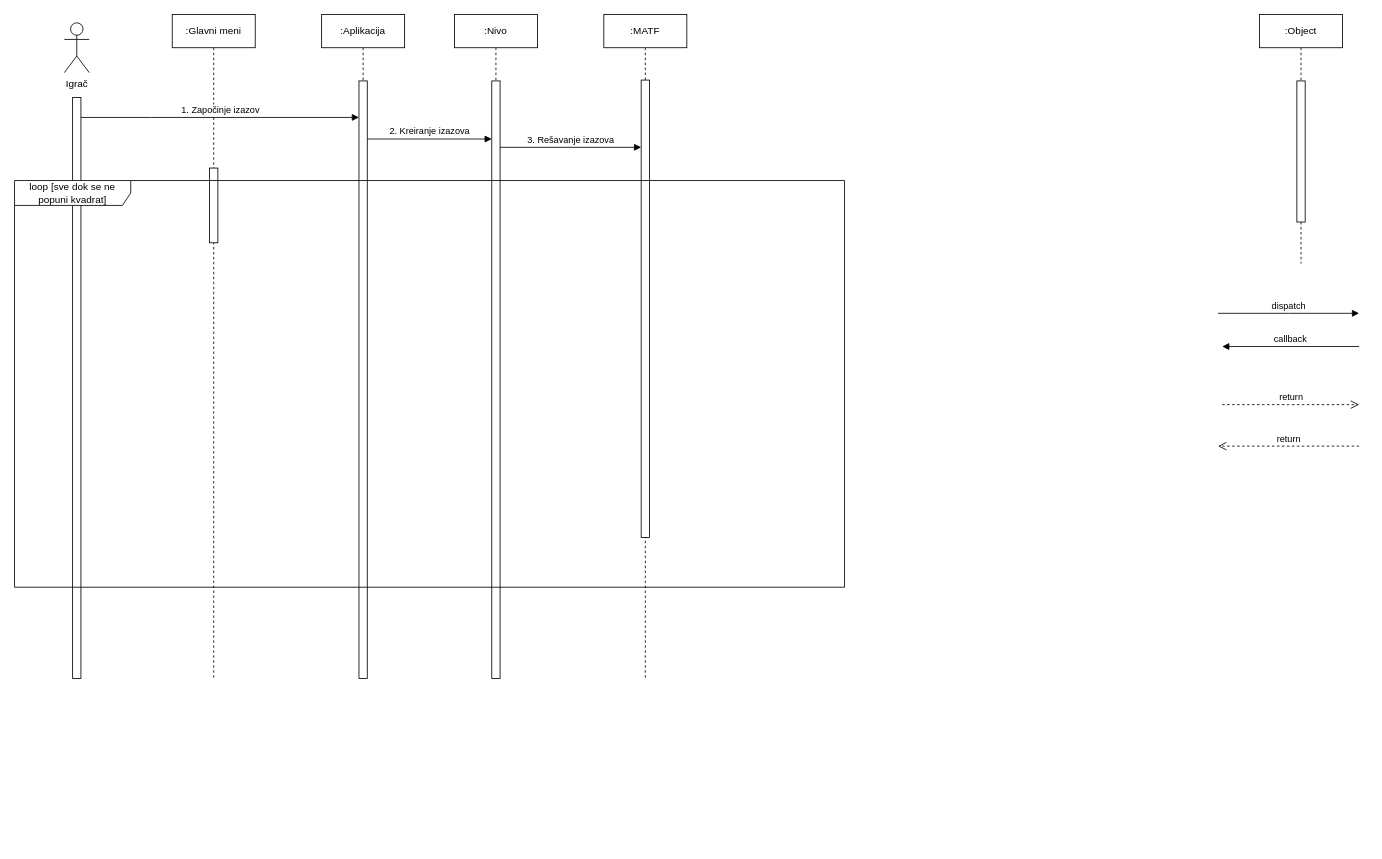
Before: PROBLEMI/Untitled Diagram.drawio in natasablagojevic/rs, a draw.io diagram. Source tidied: cells renumbered, new cells numbered last; positions are measured from the earlier drawing's top-left corner, leaving out a move shared by most shapes. Both pictures are drawn from the tidied source at 83%, with x=0, y=0 at pixel (14, 14).
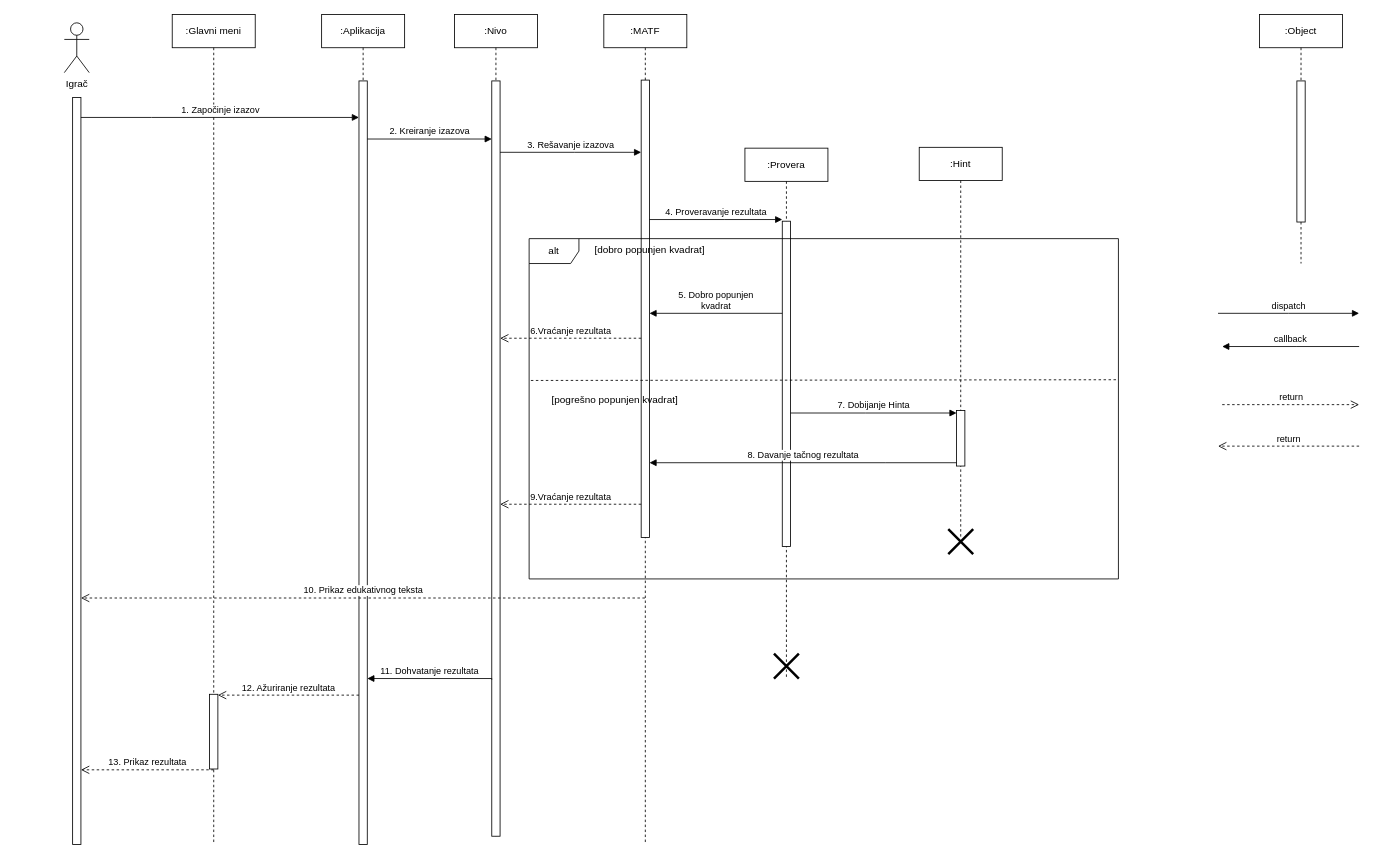
The same diagram, later.

The change refers to these unchanged cells:
```xml
<mxCell id="17" style="html=1;points=[];perimeter=orthogonalPerimeter;outlineConnect=0;targetShapes=umlLifeline;portConstraint=eastwest;newEdgeStyle={&quot;edgeStyle&quot;:&quot;elbowEdgeStyle&quot;,&quot;elbow&quot;:&quot;vertical&quot;,&quot;curved&quot;:0,&quot;rounded&quot;:0};" parent="16" vertex="1">
  <mxGeometry x="45" y="79" width="10" height="551" as="geometry" />
</mxCell>
```

What changed in the source:
```diff
@@
     <mxCell id="9" style="rounded=0;whiteSpace=wrap;html=1;direction=south;" parent="1" vertex="1">
-      <mxGeometry x="70" y="100" width="10" height="700" as="geometry" />
+      <mxGeometry x="70" y="100" width="10" height="900" as="geometry" />
     </mxCell>
     <mxCell id="10" value="&lt;div&gt;:Glavni meni&lt;/div&gt;" style="shape=umlLifeline;perimeter=lifelinePerimeter;whiteSpace=wrap;html=1;newEdgeStyle={&quot;edgeStyle&quot;:&quot;elbowEdgeStyle&quot;,&quot;elbow&quot;:&quot;vertical&quot;,&quot;curved&quot;:0,&quot;rounded&quot;:0};" parent="1" vertex="1">
-      <mxGeometry x="190" width="100" height="800" as="geometry" />
+      <mxGeometry x="190" width="100" height="1000" as="geometry" />
     </mxCell>
     <mxCell id="11" style="html=1;perimeter=orthogonalPerimeter;targetShapes=umlLifeline;newEdgeStyle={&quot;edgeStyle&quot;:&quot;elbowEdgeStyle&quot;,&quot;elbow&quot;:&quot;vertical&quot;,&quot;curved&quot;:0,&quot;rounded&quot;:0};" parent="10" vertex="1">
-      <mxGeometry x="45" y="185" width="10" height="90" as="geometry" />
+      <mxGeometry x="45" y="819" width="10" height="90" as="geometry" />
     </mxCell>
     <mxCell id="12" value=":Aplikacija" style="shape=umlLifeline;perimeter=lifelinePerimeter;whiteSpace=wrap;html=1;newEdgeStyle={&quot;edgeStyle&quot;:&quot;elbowEdgeStyle&quot;,&quot;elbow&quot;:&quot;vertical&quot;,&quot;curved&quot;:0,&quot;rounded&quot;:0};" parent="1" vertex="1">
-      <mxGeometry x="370" width="100" height="800" as="geometry" />
+      <mxGeometry x="370" width="100" height="1000" as="geometry" />
     </mxCell>
     <mxCell id="13" style="html=1;points=[];perimeter=orthogonalPerimeter;outlineConnect=0;targetShapes=umlLifeline;portConstraint=eastwest;newEdgeStyle={&quot;edgeStyle&quot;:&quot;elbowEdgeStyle&quot;,&quot;elbow&quot;:&quot;vertical&quot;,&quot;curved&quot;:0,&quot;rounded&quot;:0};" parent="12" vertex="1">
-      <mxGeometry x="45" y="80" width="10" height="720" as="geometry" />
+      <mxGeometry x="45" y="80" width="10" height="920" as="geometry" />
     </mxCell>
     <mxCell id="14" value=":Nivo" style="shape=umlLifeline;perimeter=lifelinePerimeter;whiteSpace=wrap;html=1;newEdgeStyle={&quot;edgeStyle&quot;:&quot;elbowEdgeStyle&quot;,&quot;elbow&quot;:&quot;vertical&quot;,&quot;curved&quot;:0,&quot;rounded&quot;:0};" parent="1" vertex="1">
-      <mxGeometry x="530" width="100" height="800" as="geometry" />
+      <mxGeometry x="530" width="100" height="990" as="geometry" />
     </mxCell>
     <mxCell id="15" style="html=1;points=[];perimeter=orthogonalPerimeter;outlineConnect=0;targetShapes=umlLifeline;portConstraint=eastwest;newEdgeStyle={&quot;edgeStyle&quot;:&quot;elbowEdgeStyle&quot;,&quot;elbow&quot;:&quot;vertical&quot;,&quot;curved&quot;:0,&quot;rounded&quot;:0};" parent="14" vertex="1">
-      <mxGeometry x="45" y="80" width="10" height="720" as="geometry" />
+      <mxGeometry x="45" y="80" width="10" height="910" as="geometry" />
     </mxCell>
     <mxCell id="16" value="&lt;div&gt;:MATF&lt;/div&gt;" style="shape=umlLifeline;perimeter=lifelinePerimeter;whiteSpace=wrap;html=1;newEdgeStyle={&quot;edgeStyle&quot;:&quot;elbowEdgeStyle&quot;,&quot;elbow&quot;:&quot;vertical&quot;,&quot;curved&quot;:0,&quot;rounded&quot;:0};" parent="1" vertex="1">
-      <mxGeometry x="710" width="100" height="800" as="geometry" />
+      <mxGeometry x="710" width="100" height="1000" as="geometry" />
     </mxCell>
@@
-    <mxCell id="20" value="3. Rešavanje izazova" style="html=1;verticalAlign=bottom;endArrow=block;edgeStyle=elbowEdgeStyle;elbow=vertical;curved=0;rounded=0;" parent="1" edge="1" source="15" target="17">
+    <mxCell id="20" value="3. Rešavanje izazova" style="html=1;verticalAlign=bottom;endArrow=block;edgeStyle=elbowEdgeStyle;elbow=vertical;curved=0;rounded=0;" parent="1" edge="1">
       <mxGeometry relative="1" as="geometry">
+        <mxPoint x="585" y="166" as="sourcePoint" />
+        <mxPoint x="755" y="166" as="targetPoint" />
         <Array as="points">
-          <mxPoint x="675" y="160" />
+          <mxPoint x="675" y="166" />
         </Array>
       </mxGeometry>
     </mxCell>
-    <mxCell id="21" value="&lt;div&gt;loop [sve dok se ne&lt;/div&gt;&lt;div&gt;popuni kvadrat]&lt;/div&gt;" style="shape=umlFrame;whiteSpace=wrap;html=1;width=140;height=30;" parent="1" vertex="1">
-      <mxGeometry y="200" width="1000" height="490" as="geometry" />
-    </mxCell>
+    <mxCell id="22" value=":Provera" style="shape=umlLifeline;perimeter=lifelinePerimeter;whiteSpace=wrap;html=1;newEdgeStyle={&quot;edgeStyle&quot;:&quot;elbowEdgeStyle&quot;,&quot;elbow&quot;:&quot;vertical&quot;,&quot;curved&quot;:0,&quot;rounded&quot;:0};" parent="1" vertex="1">
+      <mxGeometry x="880" y="161" width="100" height="639" as="geometry" />
+    </mxCell>
+    <mxCell id="23" style="html=1;points=[];perimeter=orthogonalPerimeter;outlineConnect=0;targetShapes=umlLifeline;portConstraint=eastwest;newEdgeStyle={&quot;edgeStyle&quot;:&quot;elbowEdgeStyle&quot;,&quot;elbow&quot;:&quot;vertical&quot;,&quot;curved&quot;:0,&quot;rounded&quot;:0};" parent="22" vertex="1">
+      <mxGeometry x="45" y="88" width="10" height="392" as="geometry" />
+    </mxCell>
+    <mxCell id="24" style="shape=umlDestroy;whiteSpace=wrap;html=1;strokeWidth=3;targetShapes=umlLifeline;" parent="22" vertex="1">
+      <mxGeometry x="35" y="609" width="30" height="30" as="geometry" />
+    </mxCell>
+    <mxCell id="25" value=":Hint" style="shape=umlLifeline;perimeter=lifelinePerimeter;whiteSpace=wrap;html=1;newEdgeStyle={&quot;edgeStyle&quot;:&quot;elbowEdgeStyle&quot;,&quot;elbow&quot;:&quot;vertical&quot;,&quot;curved&quot;:0,&quot;rounded&quot;:0};" parent="1" vertex="1">
+      <mxGeometry x="1090" y="160" width="100" height="470" as="geometry" />
+    </mxCell>
+    <mxCell id="26" style="html=1;points=[];perimeter=orthogonalPerimeter;outlineConnect=0;targetShapes=umlLifeline;portConstraint=eastwest;newEdgeStyle={&quot;edgeStyle&quot;:&quot;elbowEdgeStyle&quot;,&quot;elbow&quot;:&quot;vertical&quot;,&quot;curved&quot;:0,&quot;rounded&quot;:0};" parent="25" vertex="1">
+      <mxGeometry x="45" y="317" width="10" height="67" as="geometry" />
+    </mxCell>
+    <mxCell id="27" value="alt" style="shape=umlFrame;whiteSpace=wrap;html=1;" parent="1" vertex="1">
+      <mxGeometry x="620" y="270" width="710" height="410" as="geometry" />
+    </mxCell>
+    <mxCell id="28" value="4. Proveravanje rezultata" style="html=1;verticalAlign=bottom;endArrow=block;edgeStyle=elbowEdgeStyle;elbow=vertical;curved=0;rounded=0;" parent="1" edge="1">
+      <mxGeometry relative="1" as="geometry">
+        <mxPoint x="765" y="247" as="sourcePoint" />
+        <mxPoint x="925" y="247" as="targetPoint" />
+        <Array as="points">
+          <mxPoint x="855" y="247" />
+        </Array>
+      </mxGeometry>
+    </mxCell>
+    <mxCell id="29" style="endArrow=none;dashed=1;html=1;rounded=0;exitX=0.003;exitY=0.507;exitDx=0;exitDy=0;exitPerimeter=0;" parent="1" edge="1">
+      <mxGeometry relative="1" as="geometry">
+        <mxPoint x="622.1" y="440.9" as="sourcePoint" />
+        <mxPoint x="1330" y="440" as="targetPoint" />
+      </mxGeometry>
+    </mxCell>
+    <mxCell id="30" value="&lt;div&gt;[dobro popunjen kvadrat]&lt;/div&gt;" style="text;html=1;align=center;verticalAlign=middle;strokeColor=none;fillColor=none;" parent="1" vertex="1">
+      <mxGeometry x="685" y="269" width="160" height="30" as="geometry" />
+    </mxCell>
+    <mxCell id="31" value="10. Prikaz edukativnog teksta" style="html=1;verticalAlign=bottom;endArrow=open;dashed=1;endSize=8;edgeStyle=elbowEdgeStyle;elbow=vertical;curved=0;rounded=0;" parent="1" edge="1">
+      <mxGeometry relative="1" as="geometry">
+        <mxPoint x="759.5" y="703" as="sourcePoint" />
+        <mxPoint x="80" y="703" as="targetPoint" />
+        <Array as="points">
+          <mxPoint x="679" y="703" />
+        </Array>
+      </mxGeometry>
+    </mxCell>
+    <mxCell id="32" value="6.Vraćanje rezultata" style="html=1;verticalAlign=bottom;endArrow=open;dashed=1;endSize=8;edgeStyle=elbowEdgeStyle;elbow=vertical;curved=0;rounded=0;" parent="1" edge="1">
+      <mxGeometry relative="1" as="geometry">
+        <mxPoint x="755" y="390" as="sourcePoint" />
+        <mxPoint x="585" y="390" as="targetPoint" />
+        <Array as="points">
+          <mxPoint x="675" y="390" />
+        </Array>
+      </mxGeometry>
+    </mxCell>
+    <mxCell id="33" value="&lt;div&gt;5. Dobro popunjen&lt;/div&gt;&lt;div&gt;kvadrat&lt;br&gt;&lt;/div&gt;" style="html=1;verticalAlign=bottom;endArrow=block;edgeStyle=elbowEdgeStyle;elbow=vertical;curved=0;rounded=0;" parent="1" edge="1" target="17">
+      <mxGeometry relative="1" as="geometry">
+        <mxPoint x="925" y="360" as="sourcePoint" />
+        <Array as="points">
+          <mxPoint x="850" y="360" />
+        </Array>
+      </mxGeometry>
+    </mxCell>
+    <mxCell id="34" style="shape=umlDestroy;whiteSpace=wrap;html=1;strokeWidth=3;targetShapes=umlLifeline;" parent="1" vertex="1">
+      <mxGeometry x="1125" y="620" width="30" height="30" as="geometry" />
+    </mxCell>
+    <mxCell id="35" value="12. Ažuriranje rezultata" style="html=1;verticalAlign=bottom;endArrow=open;dashed=1;endSize=8;edgeStyle=elbowEdgeStyle;elbow=vertical;curved=0;rounded=0;" parent="1" edge="1">
+      <mxGeometry relative="1" as="geometry">
+        <mxPoint x="415" y="820" as="sourcePoint" />
+        <mxPoint x="245" y="820" as="targetPoint" />
+        <Array as="points">
+          <mxPoint x="340" y="820" />
+        </Array>
+      </mxGeometry>
+    </mxCell>
+    <mxCell id="36" value="11. Dohvatanje rezultata" style="html=1;verticalAlign=bottom;endArrow=block;edgeStyle=elbowEdgeStyle;elbow=vertical;curved=0;rounded=0;" parent="1" edge="1" target="13">
+      <mxGeometry relative="1" as="geometry">
+        <mxPoint x="575" y="801.4" as="sourcePoint" />
+        <Array as="points">
+          <mxPoint x="640" y="800" />
+        </Array>
+      </mxGeometry>
+    </mxCell>
+    <mxCell id="37" value="13. Prikaz rezultata" style="html=1;verticalAlign=bottom;endArrow=open;dashed=1;endSize=8;edgeStyle=elbowEdgeStyle;elbow=vertical;curved=0;rounded=0;" parent="1" edge="1">
+      <mxGeometry relative="1" as="geometry">
+        <mxPoint x="240" y="910" as="sourcePoint" />
+        <mxPoint x="80" y="910" as="targetPoint" />
+        <Array as="points">
+          <mxPoint x="165" y="910" />
+        </Array>
+      </mxGeometry>
+    </mxCell>
+    <mxCell id="38" value="7. Dobijanje Hinta" style="html=1;verticalAlign=bottom;endArrow=block;edgeStyle=elbowEdgeStyle;elbow=vertical;curved=0;rounded=0;" parent="1" edge="1" source="23" target="26">
+      <mxGeometry relative="1" as="geometry">
+        <Array as="points">
+          <mxPoint x="1025" y="480.1" />
+        </Array>
+      </mxGeometry>
+    </mxCell>
+    <mxCell id="39" value="&lt;div&gt;[pogrešno popunjen kvadrat]&lt;/div&gt;" style="text;html=1;align=center;verticalAlign=middle;strokeColor=none;fillColor=none;" parent="1" vertex="1">
+      <mxGeometry x="633" y="449" width="180" height="30" as="geometry" />
+    </mxCell>
+    <mxCell id="40" value="8. Davanje tačnog rezultata" style="html=1;verticalAlign=bottom;endArrow=block;edgeStyle=elbowEdgeStyle;elbow=vertical;curved=0;rounded=0;" parent="1" edge="1" source="26" target="17">
+      <mxGeometry relative="1" as="geometry">
+        <Array as="points">
+          <mxPoint x="1049" y="540" />
+        </Array>
+      </mxGeometry>
+    </mxCell>
+    <mxCell id="41" value="9.Vraćanje rezultata" style="html=1;verticalAlign=bottom;endArrow=open;dashed=1;endSize=8;edgeStyle=elbowEdgeStyle;elbow=vertical;curved=0;rounded=0;" parent="1" edge="1">
+      <mxGeometry relative="1" as="geometry">
+        <mxPoint x="755" y="590" as="sourcePoint" />
+        <mxPoint x="585" y="590" as="targetPoint" />
+        <Array as="points">
+          <mxPoint x="675" y="590" />
+        </Array>
+      </mxGeometry>
+    </mxCell>
```
